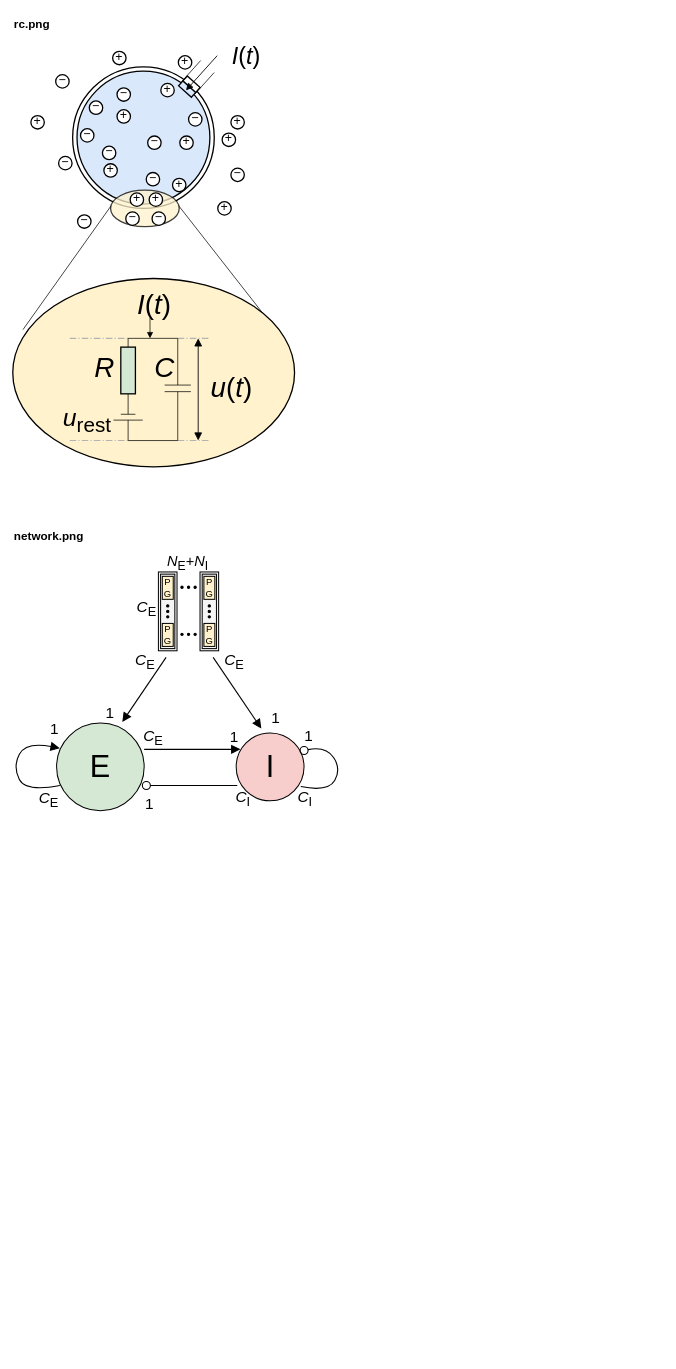
The draw.io diagram assets/lif-brunel/lif-brunel.drawio in brunomaga/brunomaga.github.io, before the edit. Source tidied: cells renumbered, new cells numbered last; positions are measured from the earlier drawing's top-left corner, leaving out a move shared by most shapes. Both pictures are drawn from the tidied source at 73%, with x=0, y=0 at pixel (12, 12).
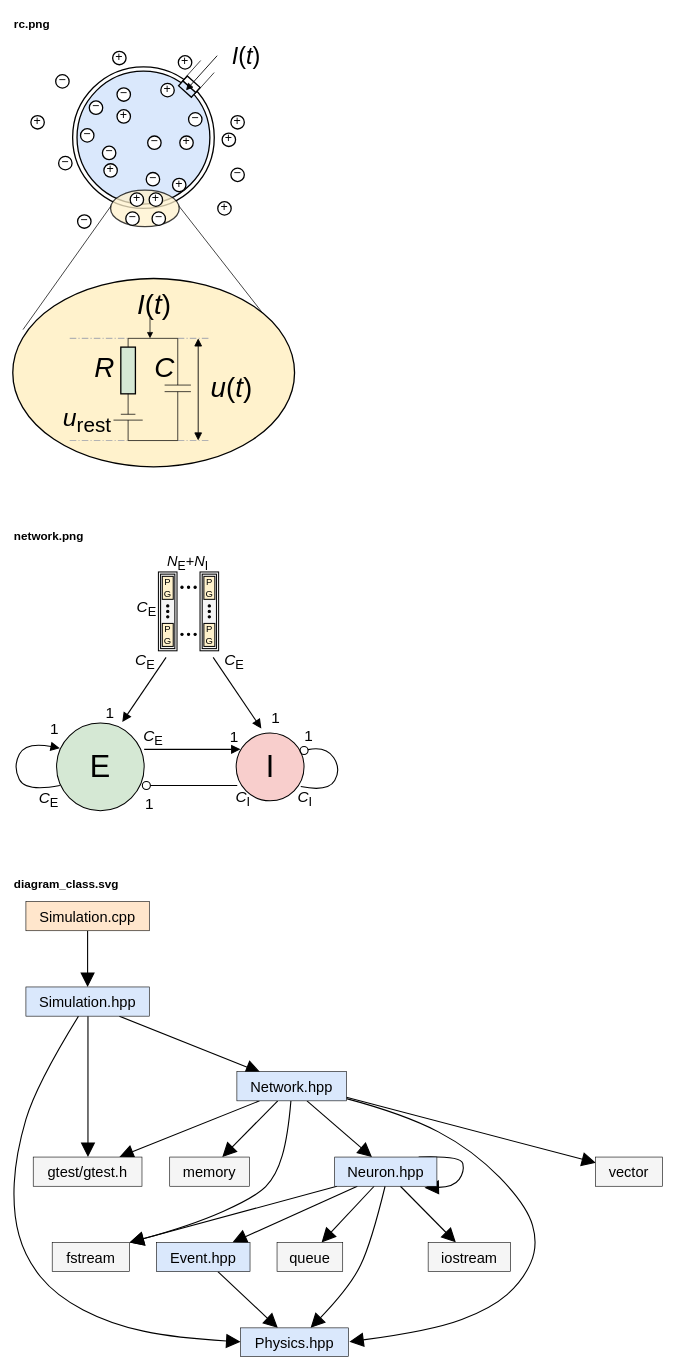
The same diagram, later.

Diff of the diagram source:
```diff
@@
+    <mxCell id="111" value="diagram_class.svg" style="text;html=1;align=left;verticalAlign=middle;fontStyle=1;fontSize=16;" parent="1" vertex="1">
+      <mxGeometry y="1177.5" width="600" height="30" as="geometry" />
+    </mxCell>
+    <mxCell id="112" style="group;" parent="1" vertex="1">
+      <mxGeometry y="1217.5" width="890" height="623" as="geometry" />
+    </mxCell>
+    <mxCell id="113" style="html=1;endArrow=block;endFill=1;endSize=16;startArrow=none;strokeColor=#000000;strokeWidth=1.5;rounded=0;" parent="112" edge="1">
+      <mxGeometry relative="1" as="geometry">
+        <mxPoint x="102.5" y="40" as="sourcePoint" />
+        <mxPoint x="102.5" y="117" as="targetPoint" />
+      </mxGeometry>
+    </mxCell>
+    <mxCell id="114" style="html=1;endArrow=block;endFill=1;endSize=16;startArrow=none;strokeColor=#000000;strokeWidth=1.5;rounded=0;" parent="112" edge="1">
+      <mxGeometry relative="1" as="geometry">
+        <mxPoint x="146" y="157" as="sourcePoint" />
+        <mxPoint x="339" y="234" as="targetPoint" />
+      </mxGeometry>
+    </mxCell>
+    <mxCell id="115" style="html=1;endArrow=block;endFill=1;endSize=16;startArrow=none;strokeColor=#000000;strokeWidth=1.5;rounded=0;" parent="112" edge="1">
+      <mxGeometry relative="1" as="geometry">
+        <mxPoint x="103" y="157" as="sourcePoint" />
+        <mxPoint x="103" y="350" as="targetPoint" />
+      </mxGeometry>
+    </mxCell>
+    <mxCell id="116" style="html=1;endArrow=block;endFill=1;endSize=16;startArrow=none;strokeColor=#000000;strokeWidth=1.5;curved=1;rounded=1;" parent="112" edge="1">
+      <mxGeometry relative="1" as="geometry">
+        <mxPoint x="90" y="157" as="sourcePoint" />
+        <mxPoint x="312" y="603" as="targetPoint" />
+        <Array as="points">
+          <mxPoint x="32" y="251" />
+          <mxPoint x="4" y="346" />
+          <mxPoint y="426" />
+          <mxPoint x="17" y="488" />
+          <mxPoint x="59" y="540" />
+          <mxPoint x="134" y="579" />
+          <mxPoint x="224" y="598" />
+        </Array>
+      </mxGeometry>
+    </mxCell>
+    <mxCell id="117" style="html=1;endArrow=block;endFill=1;endSize=16;startArrow=none;strokeColor=#000000;strokeWidth=1.5;rounded=0;" parent="112" edge="1">
+      <mxGeometry relative="1" as="geometry">
+        <mxPoint x="338" y="273" as="sourcePoint" />
+        <mxPoint x="146" y="350" as="targetPoint" />
+      </mxGeometry>
+    </mxCell>
+    <mxCell id="118" style="html=1;endArrow=block;endFill=1;endSize=16;startArrow=none;strokeColor=#000000;strokeWidth=1.5;rounded=0;" parent="112" edge="1">
+      <mxGeometry relative="1" as="geometry">
+        <mxPoint x="363" y="273" as="sourcePoint" />
+        <mxPoint x="287" y="350" as="targetPoint" />
+      </mxGeometry>
+    </mxCell>
+    <mxCell id="119" style="html=1;endArrow=block;endFill=1;endSize=16;startArrow=none;strokeColor=#000000;strokeWidth=1.5;curved=1;rounded=1;" parent="112" edge="1">
+      <mxGeometry relative="1" as="geometry">
+        <mxPoint x="381" y="273" as="sourcePoint" />
+        <mxPoint x="160" y="467" as="targetPoint" />
+        <Array as="points">
+          <mxPoint x="377" y="321" />
+          <mxPoint x="361" y="376" />
+          <mxPoint x="332" y="405" />
+          <mxPoint x="244" y="444" />
+        </Array>
+      </mxGeometry>
+    </mxCell>
+    <mxCell id="120" style="html=1;endArrow=block;endFill=1;endSize=16;startArrow=none;strokeColor=#000000;strokeWidth=1.5;rounded=0;" parent="112" edge="1">
+      <mxGeometry relative="1" as="geometry">
+        <mxPoint x="403" y="273" as="sourcePoint" />
+        <mxPoint x="492" y="350" as="targetPoint" />
+      </mxGeometry>
+    </mxCell>
+    <mxCell id="121" style="html=1;endArrow=block;endFill=1;endSize=16;startArrow=none;strokeColor=#000000;strokeWidth=1.5;rounded=0;" parent="112" edge="1">
+      <mxGeometry relative="1" as="geometry">
+        <mxPoint x="457" y="268" as="sourcePoint" />
+        <mxPoint x="799" y="358" as="targetPoint" />
+      </mxGeometry>
+    </mxCell>
+    <mxCell id="122" style="html=1;endArrow=block;endFill=1;endSize=16;startArrow=none;strokeColor=#000000;strokeWidth=1.5;curved=1;rounded=1;" parent="112" edge="1">
+      <mxGeometry relative="1" as="geometry">
+        <mxPoint x="457" y="270" as="sourcePoint" />
+        <mxPoint x="461" y="603" as="targetPoint" />
+        <Array as="points">
+          <mxPoint x="536" y="291" />
+          <mxPoint x="630" y="340" />
+          <mxPoint x="704" y="416" />
+          <mxPoint x="720" y="471" />
+          <mxPoint x="699" y="519" />
+          <mxPoint x="656" y="557" />
+          <mxPoint x="574" y="588" />
+        </Array>
+      </mxGeometry>
+    </mxCell>
+    <mxCell id="123" style="html=1;endArrow=block;endFill=1;endSize=16;startArrow=none;strokeColor=#000000;strokeWidth=1.5;curved=1;rounded=1;" parent="112" edge="1">
+      <mxGeometry relative="1" as="geometry">
+        <mxPoint x="556" y="350" as="sourcePoint" />
+        <mxPoint x="564" y="392" as="targetPoint" />
+        <Array as="points">
+          <mxPoint x="614" y="348" />
+          <mxPoint x="619" y="370" />
+          <mxPoint x="604" y="391" />
+        </Array>
+      </mxGeometry>
+    </mxCell>
+    <mxCell id="124" style="html=1;endArrow=block;endFill=1;endSize=16;startArrow=none;strokeColor=#000000;strokeWidth=1.5;rounded=0;" parent="112" edge="1">
+      <mxGeometry relative="1" as="geometry">
+        <mxPoint x="444" y="390" as="sourcePoint" />
+        <mxPoint x="160" y="467" as="targetPoint" />
+      </mxGeometry>
+    </mxCell>
+    <mxCell id="125" style="html=1;endArrow=block;endFill=1;endSize=16;startArrow=none;strokeColor=#000000;strokeWidth=1.5;rounded=0;" parent="112" edge="1">
+      <mxGeometry relative="1" as="geometry">
+        <mxPoint x="472" y="390" as="sourcePoint" />
+        <mxPoint x="301" y="467" as="targetPoint" />
+      </mxGeometry>
+    </mxCell>
+    <mxCell id="126" style="html=1;endArrow=block;endFill=1;endSize=16;startArrow=none;strokeColor=#000000;strokeWidth=1.5;rounded=0;" parent="112" edge="1">
+      <mxGeometry relative="1" as="geometry">
+        <mxPoint x="495" y="390" as="sourcePoint" />
+        <mxPoint x="423" y="467" as="targetPoint" />
+      </mxGeometry>
+    </mxCell>
+    <mxCell id="127" style="html=1;endArrow=block;endFill=1;endSize=16;startArrow=none;strokeColor=#000000;strokeWidth=1.5;curved=1;rounded=1;" parent="112" edge="1">
+      <mxGeometry relative="1" as="geometry">
+        <mxPoint x="510" y="390" as="sourcePoint" />
+        <mxPoint x="408" y="584" as="targetPoint" />
+        <Array as="points">
+          <mxPoint x="491" y="468" />
+          <mxPoint x="462" y="528" />
+        </Array>
+      </mxGeometry>
+    </mxCell>
+    <mxCell id="128" style="html=1;endArrow=block;endFill=1;endSize=16;startArrow=none;strokeColor=#000000;strokeWidth=1.5;rounded=0;" parent="112" edge="1">
+      <mxGeometry relative="1" as="geometry">
+        <mxPoint x="531" y="390" as="sourcePoint" />
+        <mxPoint x="607" y="467" as="targetPoint" />
+      </mxGeometry>
+    </mxCell>
+    <mxCell id="129" style="html=1;endArrow=block;endFill=1;endSize=16;startArrow=none;strokeColor=#000000;strokeWidth=1.5;rounded=0;" parent="112" edge="1">
+      <mxGeometry relative="1" as="geometry">
+        <mxPoint x="281" y="507" as="sourcePoint" />
+        <mxPoint x="363" y="584" as="targetPoint" />
+      </mxGeometry>
+    </mxCell>
+    <mxCell id="130" value="Simulation.cpp" style="rounded=0;whiteSpace=wrap;html=1;fillColor=#ffe6cc;fontSize=20;strokeColor=#000000;strokeWidth=0.81;" parent="112" vertex="1">
+      <mxGeometry x="18" width="169" height="40" as="geometry" />
+    </mxCell>
+    <mxCell id="131" value="Simulation.hpp" style="rounded=0;whiteSpace=wrap;html=1;fillColor=#dae8fc;fontSize=20;strokeColor=#000000;strokeWidth=0.81;" parent="112" vertex="1">
+      <mxGeometry x="18" y="117" width="169" height="40" as="geometry" />
+    </mxCell>
+    <mxCell id="132" value="Network.hpp" style="rounded=0;whiteSpace=wrap;html=1;fillColor=#dae8fc;fontSize=20;strokeColor=#000000;strokeWidth=0.81;" parent="112" vertex="1">
+      <mxGeometry x="307" y="233" width="150" height="40" as="geometry" />
+    </mxCell>
+    <mxCell id="133" value="gtest/gtest.h" style="rounded=0;whiteSpace=wrap;html=1;fillColor=#f5f5f5;fontSize=20;strokeColor=#000000;strokeWidth=0.81;" parent="112" vertex="1">
+      <mxGeometry x="28" y="350" width="149" height="40" as="geometry" />
+    </mxCell>
+    <mxCell id="134" value="memory" style="rounded=0;whiteSpace=wrap;html=1;fillColor=#f5f5f5;fontSize=20;strokeColor=#000000;strokeWidth=0.81;" parent="112" vertex="1">
+      <mxGeometry x="215" y="350" width="109" height="40" as="geometry" />
+    </mxCell>
+    <mxCell id="135" value="Neuron.hpp" style="rounded=0;whiteSpace=wrap;html=1;fillColor=#dae8fc;fontSize=20;strokeColor=#000000;strokeWidth=0.81;" parent="112" vertex="1">
+      <mxGeometry x="441" y="350" width="140" height="40" as="geometry" />
+    </mxCell>
+    <mxCell id="136" value="vector" style="rounded=0;whiteSpace=wrap;html=1;fillColor=#f5f5f5;fontSize=20;strokeColor=#000000;strokeWidth=0.81;" parent="112" vertex="1">
+      <mxGeometry x="798" y="350" width="92" height="40" as="geometry" />
+    </mxCell>
+    <mxCell id="137" value="fstream" style="rounded=0;whiteSpace=wrap;html=1;fillColor=#f5f5f5;fontSize=20;strokeColor=#000000;strokeWidth=0.81;" parent="112" vertex="1">
+      <mxGeometry x="54" y="467" width="106" height="40" as="geometry" />
+    </mxCell>
+    <mxCell id="138" value="Event.hpp" style="rounded=0;whiteSpace=wrap;html=1;fillColor=#dae8fc;fontSize=20;strokeColor=#000000;strokeWidth=0.81;" parent="112" vertex="1">
+      <mxGeometry x="197" y="467" width="128" height="40" as="geometry" />
+    </mxCell>
+    <mxCell id="139" value="queue" style="rounded=0;whiteSpace=wrap;html=1;fillColor=#f5f5f5;fontSize=20;strokeColor=#000000;strokeWidth=0.81;" parent="112" vertex="1">
+      <mxGeometry x="362" y="467" width="90" height="40" as="geometry" />
+    </mxCell>
+    <mxCell id="140" value="iostream" style="rounded=0;whiteSpace=wrap;html=1;fillColor=#f5f5f5;fontSize=20;strokeColor=#000000;strokeWidth=0.81;" parent="112" vertex="1">
+      <mxGeometry x="569" y="467" width="113" height="40" as="geometry" />
+    </mxCell>
+    <mxCell id="141" value="Physics.hpp" style="rounded=0;whiteSpace=wrap;html=1;fillColor=#dae8fc;fontSize=20;strokeColor=#000000;strokeWidth=0.81;" parent="112" vertex="1">
+      <mxGeometry x="312" y="584" width="148" height="39" as="geometry" />
+    </mxCell>
```
